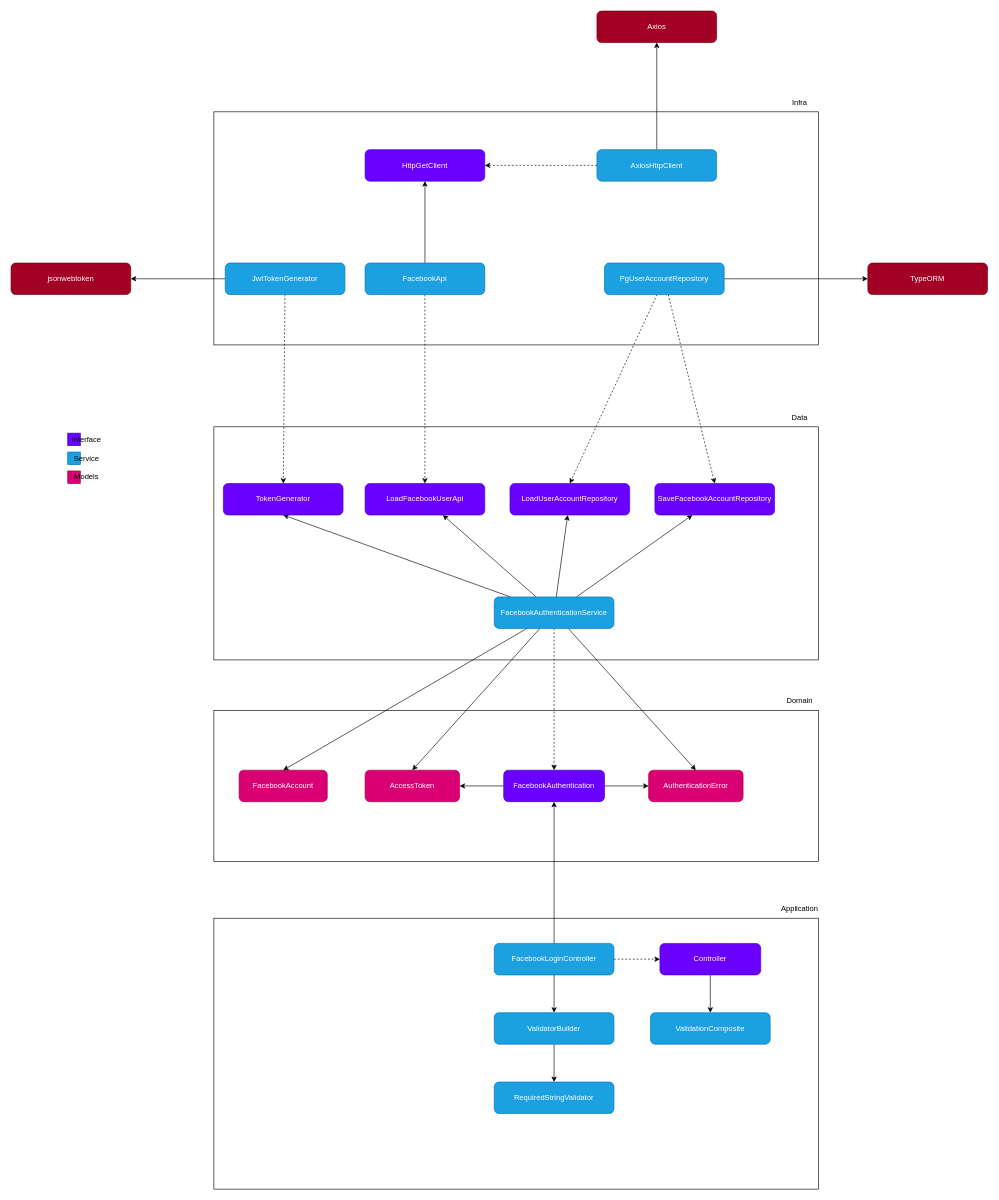
Before: docs/facebook-authentication/dependencies.drawio in diogo-braz/facebook-api-integration, a draw.io diagram. Source tidied: cells renumbered, new cells numbered last; positions are measured from the earlier drawing's top-left corner, leaving out a move shared by most shapes. Both pictures are drawn from the tidied source at 63%, with x=0, y=0 at pixel (11, 11).
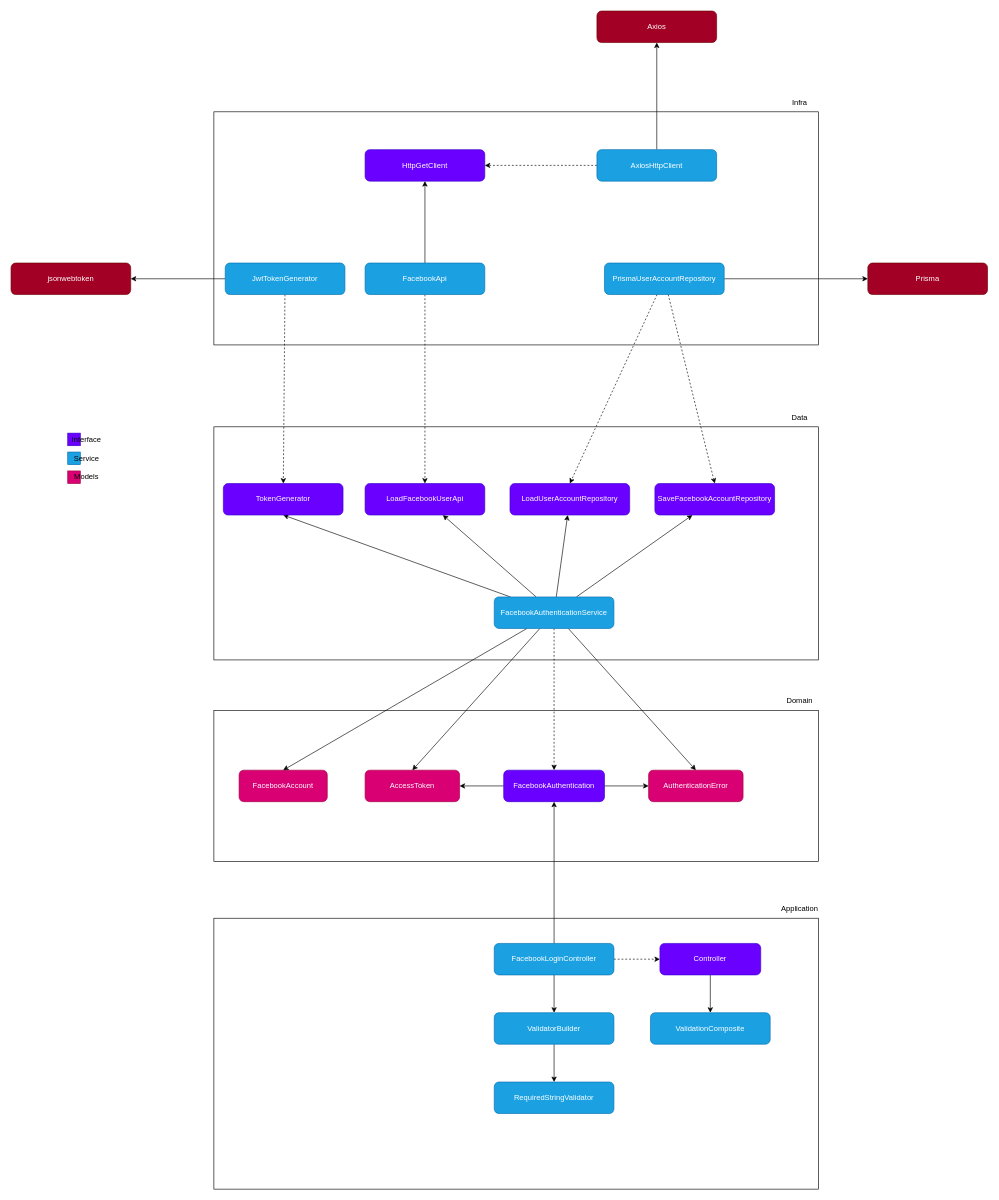
The same page after the edit.

Commit message:
docs: change database lib

Diff of the diagram source:
```diff
@@
-    <mxCell id="52" value="TypeORM" style="rounded=1;whiteSpace=wrap;html=1;fillColor=#a20025;fontColor=#ffffff;strokeColor=#6F0000;" parent="1" vertex="1">
+    <mxCell id="52" value="Prisma" style="rounded=1;whiteSpace=wrap;html=1;fillColor=#a20025;fontColor=#ffffff;strokeColor=#6F0000;" parent="1" vertex="1">
       <mxGeometry x="1360" y="400" width="190" height="50" as="geometry" />
     </mxCell>
@@
-    <mxCell id="56" value="PgUserAccountRepository" style="rounded=1;whiteSpace=wrap;html=1;fillColor=#1ba1e2;fontColor=#ffffff;strokeColor=#006EAF;" parent="1" vertex="1">
+    <mxCell id="56" value="PrismaUserAccountRepository" style="rounded=1;whiteSpace=wrap;html=1;fillColor=#1ba1e2;fontColor=#ffffff;strokeColor=#006EAF;" parent="1" vertex="1">
       <mxGeometry x="942" y="400" width="190" height="50" as="geometry" />
     </mxCell>
```
